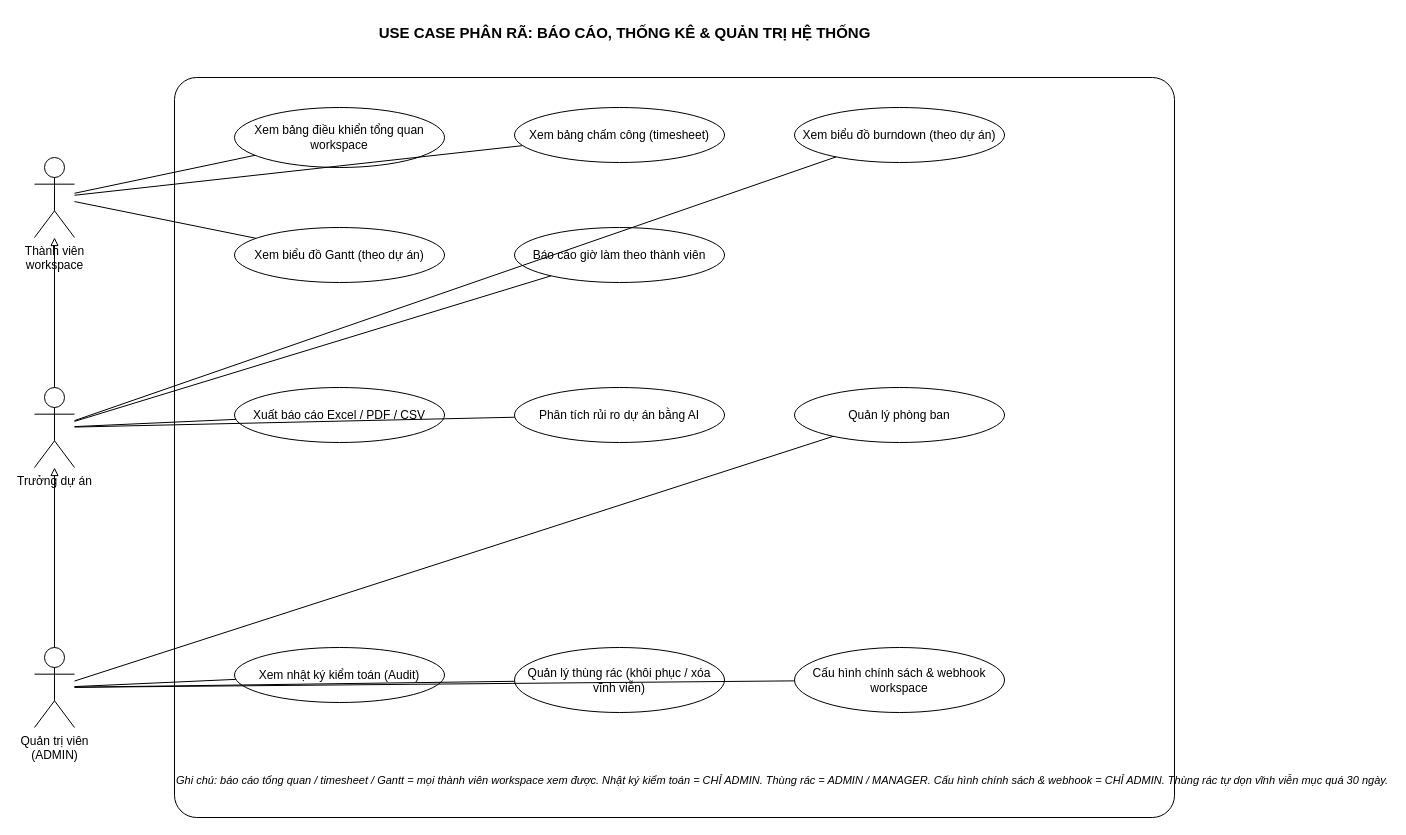
HuuwxLoiwf/TTTN keeps this draw.io diagram as page "PR6 - Bao cao & Quan tri" (6 of 8) of docs/diagrams/5_usecase_detail.drawio. Above is the earlier version. Source tidied: cells renumbered, new cells numbered last; positions are measured from the earlier drawing's top-left corner, leaving out a move shared by most shapes. Both pictures are drawn from the tidied source at 100%, with x=0, y=0 at pixel (34, 17).
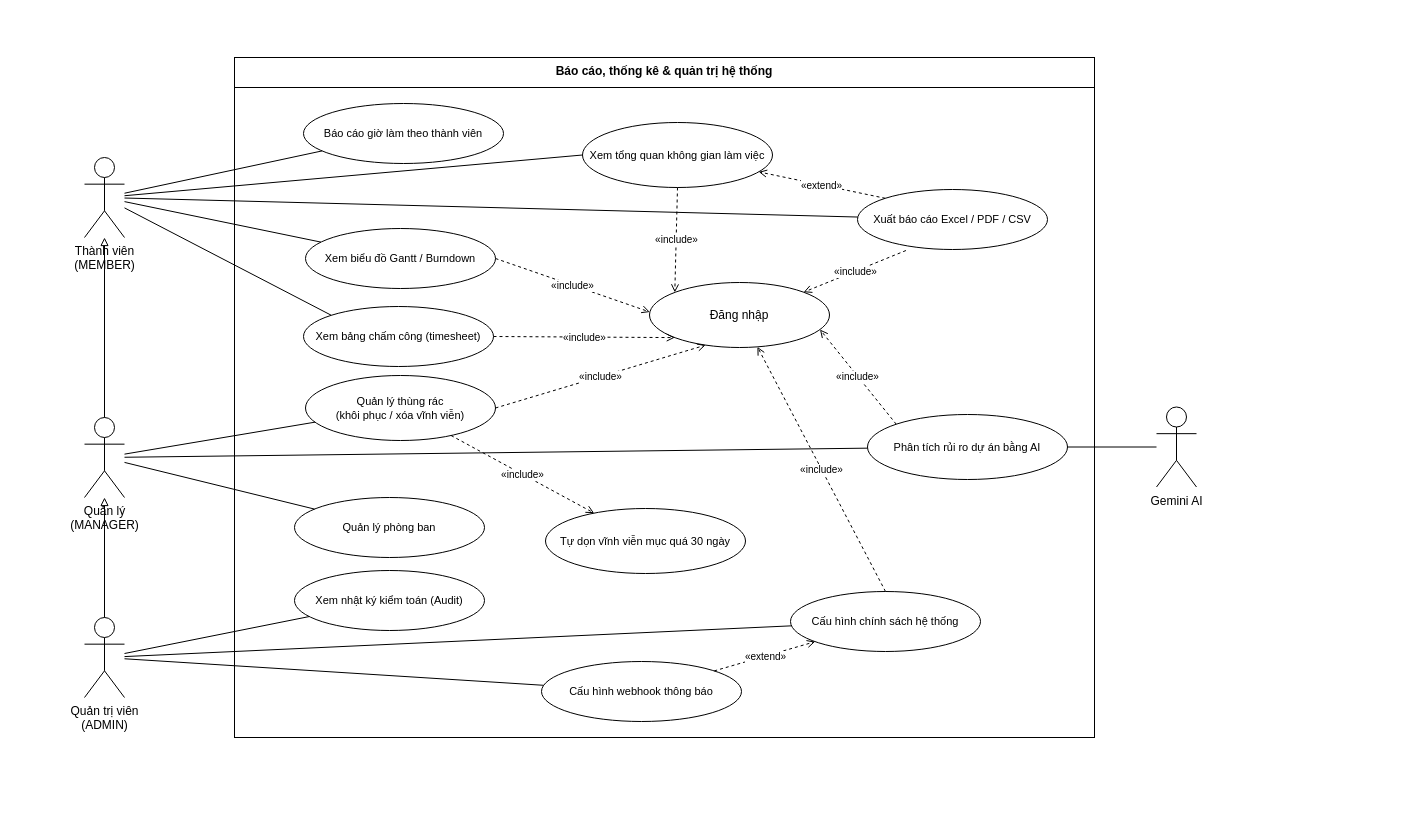
The same diagram, later.

The edit, as a diff of the source:
```diff
@@
-    <mxCell id="2" value="USE CASE PHÂN RÃ: BÁO CÁO, THỐNG KÊ &amp; QUẢN TRỊ HỆ THỐNG" style="text;html=1;fontSize=15;fontStyle=1;align=center;" parent="1" vertex="1">
-      <mxGeometry x="290" width="600" height="30" as="geometry" />
-    </mxCell>
+    <mxCell id="6" value="Báo cáo, thống kê &amp; quản trị hệ thống" style="rounded=0;whiteSpace=wrap;html=1;verticalAlign=top;fontStyle=1;fontSize=12;fillColor=none;strokeColor=#000000;" parent="1" vertex="1">
+      <mxGeometry x="200" y="40" width="860" height="680" as="geometry" />
+    </mxCell>
+    <mxCell id="32" style="endArrow=none;html=1;strokeColor=#000000;" parent="1" edge="1">
+      <mxGeometry relative="1" as="geometry">
+        <mxPoint x="200" y="70" as="sourcePoint" />
+        <mxPoint x="1060" y="70" as="targetPoint" />
+      </mxGeometry>
+    </mxCell>
-    <mxCell id="3" value="Thành viên&#10;workspace" style="shape=umlActor;verticalLabelPosition=bottom;verticalAlign=top;html=1;" parent="1" vertex="1">
-      <mxGeometry y="140" width="40" height="80" as="geometry" />
+    <mxCell id="3" value="Thành viên&#10;(MEMBER)" style="shape=umlActor;verticalLabelPosition=bottom;verticalAlign=top;html=1;fillColor=#ffffff;strokeColor=#000000;" parent="1" vertex="1">
+      <mxGeometry x="50" y="140" width="40" height="80" as="geometry" />
     </mxCell>
-    <mxCell id="4" value="Trưởng dự án" style="shape=umlActor;verticalLabelPosition=bottom;verticalAlign=top;html=1;" parent="1" vertex="1">
-      <mxGeometry y="370" width="40" height="80" as="geometry" />
-    </mxCell>
+    <mxCell id="33" value="Quản lý&#10;(MANAGER)" style="shape=umlActor;verticalLabelPosition=bottom;verticalAlign=top;html=1;fillColor=#ffffff;strokeColor=#000000;" parent="1" vertex="1">
+      <mxGeometry x="50" y="400" width="40" height="80" as="geometry" />
+    </mxCell>
-    <mxCell id="5" value="Quản trị viên&#10;(ADMIN)" style="shape=umlActor;verticalLabelPosition=bottom;verticalAlign=top;html=1;" parent="1" vertex="1">
-      <mxGeometry y="630" width="40" height="80" as="geometry" />
+    <mxCell id="5" value="Quản trị viên&#10;(ADMIN)" style="shape=umlActor;verticalLabelPosition=bottom;verticalAlign=top;html=1;fillColor=#ffffff;strokeColor=#000000;" parent="1" vertex="1">
+      <mxGeometry x="50" y="600" width="40" height="80" as="geometry" />
     </mxCell>
-    <mxCell id="6" style="rounded=1;whiteSpace=wrap;html=1;arcSize=3;fillColor=none;strokeColor=#000000;" parent="1" vertex="1">
-      <mxGeometry x="140" y="60" width="1000" height="740" as="geometry" />
-    </mxCell>
+    <mxCell id="34" value="Gemini AI" style="shape=umlActor;verticalLabelPosition=bottom;verticalAlign=top;html=1;fillColor=#ffffff;strokeColor=#000000;" parent="1" vertex="1">
+      <mxGeometry x="1122" y="389.5" width="40" height="80" as="geometry" />
+    </mxCell>
+    <mxCell id="35" style="endArrow=block;endFill=0;html=1;startArrow=none;exitX=0.5;exitY=0;exitDx=0;exitDy=0;entryX=0.5;entryY=1;entryDx=0;entryDy=0;" parent="1" edge="1" source="33" target="3">
+      <mxGeometry relative="1" as="geometry" />
+    </mxCell>
+    <mxCell id="36" style="endArrow=block;endFill=0;html=1;startArrow=none;exitX=0.5;exitY=0;exitDx=0;exitDy=0;entryX=0.5;entryY=1;entryDx=0;entryDy=0;" parent="1" edge="1" source="5" target="33">
+      <mxGeometry relative="1" as="geometry" />
+    </mxCell>
+    <mxCell id="37" value="Đăng nhập" style="ellipse;whiteSpace=wrap;html=1;fillColor=#ffffff;strokeColor=#000000;fontSize=12;" parent="1" vertex="1">
+      <mxGeometry x="615" y="265" width="180" height="65" as="geometry" />
+    </mxCell>
-    <mxCell id="7" value="Xem bảng điều khiển tổng quan workspace" style="ellipse;whiteSpace=wrap;html=1;fillColor=#ffffff;strokeColor=#000000;" parent="1" vertex="1">
-      <mxGeometry x="200" y="90" width="210" height="60" as="geometry" />
+    <mxCell id="7" value="Xem tổng quan không gian làm việc" style="ellipse;whiteSpace=wrap;html=1;fillColor=#ffffff;strokeColor=#000000;fontSize=11;" parent="1" vertex="1">
+      <mxGeometry x="548" y="105" width="190" height="65" as="geometry" />
     </mxCell>
-    <mxCell id="8" value="Xem bảng chấm công (timesheet)" style="ellipse;whiteSpace=wrap;html=1;fillColor=#ffffff;strokeColor=#000000;" parent="1" vertex="1">
-      <mxGeometry x="480" y="90" width="210" height="55" as="geometry" />
+    <mxCell id="8" value="Xem biểu đồ Gantt / Burndown" style="ellipse;whiteSpace=wrap;html=1;fillColor=#ffffff;strokeColor=#000000;fontSize=11;" parent="1" vertex="1">
+      <mxGeometry x="271" y="211" width="190" height="60" as="geometry" />
     </mxCell>
-    <mxCell id="9" value="Xem biểu đồ burndown (theo dự án)" style="ellipse;whiteSpace=wrap;html=1;fillColor=#ffffff;strokeColor=#000000;" parent="1" vertex="1">
-      <mxGeometry x="760" y="90" width="210" height="55" as="geometry" />
+    <mxCell id="9" value="Xem bảng chấm công (timesheet)" style="ellipse;whiteSpace=wrap;html=1;fillColor=#ffffff;strokeColor=#000000;fontSize=11;" parent="1" vertex="1">
+      <mxGeometry x="269" y="289" width="190" height="60" as="geometry" />
     </mxCell>
-    <mxCell id="10" value="Xem biểu đồ Gantt (theo dự án)" style="ellipse;whiteSpace=wrap;html=1;fillColor=#ffffff;strokeColor=#000000;" parent="1" vertex="1">
-      <mxGeometry x="200" y="210" width="210" height="55" as="geometry" />
+    <mxCell id="10" value="Xuất báo cáo Excel / PDF / CSV" style="ellipse;whiteSpace=wrap;html=1;fillColor=#ffffff;strokeColor=#000000;fontSize=11;" parent="1" vertex="1">
+      <mxGeometry x="823" y="172" width="190" height="60" as="geometry" />
     </mxCell>
-    <mxCell id="11" value="Báo cáo giờ làm theo thành viên" style="ellipse;whiteSpace=wrap;html=1;fillColor=#ffffff;strokeColor=#000000;" parent="1" vertex="1">
-      <mxGeometry x="480" y="210" width="210" height="55" as="geometry" />
+    <mxCell id="11" value="Báo cáo giờ làm theo thành viên" style="ellipse;whiteSpace=wrap;html=1;fillColor=#ffffff;strokeColor=#000000;fontSize=11;" parent="1" vertex="1">
+      <mxGeometry x="269" y="86" width="200" height="60" as="geometry" />
     </mxCell>
-    <mxCell id="12" value="Xuất báo cáo Excel / PDF / CSV" style="ellipse;whiteSpace=wrap;html=1;fillColor=#ffffff;strokeColor=#000000;" parent="1" vertex="1">
-      <mxGeometry x="200" y="370" width="210" height="55" as="geometry" />
+    <mxCell id="12" value="Quản lý thùng rác&#10;(khôi phục / xóa vĩnh viễn)" style="ellipse;whiteSpace=wrap;html=1;fillColor=#ffffff;strokeColor=#000000;fontSize=11;" parent="1" vertex="1">
+      <mxGeometry x="271" y="358" width="190" height="65" as="geometry" />
     </mxCell>
-    <mxCell id="13" value="Phân tích rủi ro dự án bằng AI" style="ellipse;whiteSpace=wrap;html=1;fillColor=#ffffff;strokeColor=#000000;" parent="1" vertex="1">
-      <mxGeometry x="480" y="370" width="210" height="55" as="geometry" />
+    <mxCell id="13" value="Quản lý phòng ban" style="ellipse;whiteSpace=wrap;html=1;fillColor=#ffffff;strokeColor=#000000;fontSize=11;" parent="1" vertex="1">
+      <mxGeometry x="260" y="480" width="190" height="60" as="geometry" />
     </mxCell>
-    <mxCell id="14" value="Xem nhật ký kiểm toán (Audit)" style="ellipse;whiteSpace=wrap;html=1;fillColor=#ffffff;strokeColor=#000000;" parent="1" vertex="1">
-      <mxGeometry x="200" y="630" width="210" height="55" as="geometry" />
+    <mxCell id="14" value="Phân tích rủi ro dự án bằng AI" style="ellipse;whiteSpace=wrap;html=1;fillColor=#ffffff;strokeColor=#000000;fontSize=11;" parent="1" vertex="1">
+      <mxGeometry x="833" y="397" width="200" height="65" as="geometry" />
     </mxCell>
-    <mxCell id="15" value="Quản lý thùng rác (khôi phục / xóa vĩnh viễn)" style="ellipse;whiteSpace=wrap;html=1;fillColor=#ffffff;strokeColor=#000000;" parent="1" vertex="1">
-      <mxGeometry x="480" y="630" width="210" height="65" as="geometry" />
+    <mxCell id="15" value="Tự dọn vĩnh viễn mục quá 30 ngày" style="ellipse;whiteSpace=wrap;html=1;fillColor=#ffffff;strokeColor=#000000;fontSize=11;" parent="1" vertex="1">
+      <mxGeometry x="511" y="491" width="200" height="65" as="geometry" />
     </mxCell>
-    <mxCell id="16" value="Cấu hình chính sách &amp; webhook workspace" style="ellipse;whiteSpace=wrap;html=1;fillColor=#ffffff;strokeColor=#000000;" parent="1" vertex="1">
-      <mxGeometry x="760" y="630" width="210" height="65" as="geometry" />
+    <mxCell id="16" value="Xem nhật ký kiểm toán (Audit)" style="ellipse;whiteSpace=wrap;html=1;fillColor=#ffffff;strokeColor=#000000;fontSize=11;" parent="1" vertex="1">
+      <mxGeometry x="260" y="553" width="190" height="60" as="geometry" />
     </mxCell>
-    <mxCell id="17" value="Quản lý phòng ban" style="ellipse;whiteSpace=wrap;html=1;fillColor=#ffffff;strokeColor=#000000;" parent="1" vertex="1">
-      <mxGeometry x="760" y="370" width="210" height="55" as="geometry" />
+    <mxCell id="17" value="Cấu hình chính sách hệ thống" style="ellipse;whiteSpace=wrap;html=1;fillColor=#ffffff;strokeColor=#000000;fontSize=11;" parent="1" vertex="1">
+      <mxGeometry x="756" y="574" width="190" height="60" as="geometry" />
     </mxCell>
+    <mxCell id="38" value="Cấu hình webhook thông báo" style="ellipse;whiteSpace=wrap;html=1;fillColor=#ffffff;strokeColor=#000000;fontSize=11;" parent="1" vertex="1">
+      <mxGeometry x="507" y="644" width="200" height="60" as="geometry" />
+    </mxCell>
+    <mxCell id="39" style="endArrow=none;html=1;entryX=0;entryY=0.5;entryDx=0;entryDy=0;" parent="1" edge="1" source="3" target="7">
+      <mxGeometry relative="1" as="geometry" />
+    </mxCell>
+    <mxCell id="40" style="endArrow=none;html=1;" parent="1" edge="1" source="3" target="8">
+      <mxGeometry relative="1" as="geometry" />
+    </mxCell>
+    <mxCell id="41" style="endArrow=none;html=1;entryX=0;entryY=0;entryDx=0;entryDy=0;" parent="1" edge="1" source="3" target="9">
+      <mxGeometry relative="1" as="geometry" />
+    </mxCell>
+    <mxCell id="20" style="endArrow=none;html=1;" parent="1" edge="1" source="3" target="10">
+      <mxGeometry relative="1" as="geometry" />
+    </mxCell>
+    <mxCell id="42" style="endArrow=none;html=1;" parent="1" edge="1" source="3" target="11">
+      <mxGeometry relative="1" as="geometry" />
+    </mxCell>
+    <mxCell id="43" style="endArrow=none;html=1;" parent="1" edge="1" source="33" target="12">
+      <mxGeometry relative="1" as="geometry" />
+    </mxCell>
+    <mxCell id="44" style="endArrow=none;html=1;" parent="1" edge="1" source="33" target="13">
+      <mxGeometry relative="1" as="geometry" />
+    </mxCell>
+    <mxCell id="45" style="endArrow=none;html=1;" parent="1" edge="1" source="33" target="14">
+      <mxGeometry relative="1" as="geometry" />
+    </mxCell>
+    <mxCell id="27" style="endArrow=none;html=1;" parent="1" edge="1" source="5" target="16">
+      <mxGeometry relative="1" as="geometry" />
+    </mxCell>
+    <mxCell id="28" style="endArrow=none;html=1;" parent="1" edge="1" source="5" target="17">
+      <mxGeometry relative="1" as="geometry" />
+    </mxCell>
+    <mxCell id="46" style="endArrow=none;html=1;" parent="1" edge="1" source="5" target="38">
+      <mxGeometry relative="1" as="geometry" />
+    </mxCell>
+    <mxCell id="47" style="endArrow=none;html=1;" parent="1" edge="1" source="34" target="14">
+      <mxGeometry relative="1" as="geometry" />
+    </mxCell>
+    <mxCell id="48" value="«include»" style="endArrow=open;dashed=1;html=1;fontSize=10;exitX=0.5;exitY=1;exitDx=0;exitDy=0;entryX=0.15;entryY=0.15;entryDx=0;entryDy=0;" parent="1" edge="1" source="7" target="37">
+      <mxGeometry relative="1" as="geometry" />
+    </mxCell>
+    <mxCell id="49" value="«include»" style="endArrow=open;dashed=1;html=1;fontSize=10;exitX=1;exitY=0.5;exitDx=0;exitDy=0;entryX=0;entryY=0.45;entryDx=0;entryDy=0;" parent="1" edge="1" source="8" target="37">
+      <mxGeometry relative="1" as="geometry" />
+    </mxCell>
+    <mxCell id="50" value="«include»" style="endArrow=open;dashed=1;html=1;fontSize=10;exitX=1;exitY=0.5;exitDx=0;exitDy=0;entryX=0.15;entryY=0.85;entryDx=0;entryDy=0;" parent="1" edge="1" source="9" target="37">
+      <mxGeometry relative="1" as="geometry" />
+    </mxCell>
+    <mxCell id="51" value="«include»" style="endArrow=open;dashed=1;html=1;fontSize=10;exitX=0.255;exitY=1.017;exitDx=0;exitDy=0;exitPerimeter=0;entryX=1;entryY=0;entryDx=0;entryDy=0;" parent="1" edge="1" source="10" target="37">
+      <mxGeometry relative="1" as="geometry" />
+    </mxCell>
+    <mxCell id="52" value="«include»" style="endArrow=open;dashed=1;html=1;fontSize=10;exitX=1;exitY=0.5;exitDx=0;exitDy=0;entryX=0.3;entryY=1;entryDx=0;entryDy=0;" parent="1" edge="1" source="12" target="37">
+      <mxGeometry relative="1" as="geometry" />
+    </mxCell>
+    <mxCell id="53" value="«include»" style="endArrow=open;dashed=1;html=1;fontSize=10;exitX=0;exitY=0;exitDx=0;exitDy=0;entryX=0.9;entryY=0.7;entryDx=0;entryDy=0;" parent="1" edge="1" source="14" target="37">
+      <mxGeometry relative="1" as="geometry" />
+    </mxCell>
+    <mxCell id="54" value="«include»" style="endArrow=open;dashed=1;html=1;fontSize=10;exitX=0.5;exitY=0;exitDx=0;exitDy=0;entryX=0.6;entryY=1;entryDx=0;entryDy=0;" parent="1" edge="1" source="17" target="37">
+      <mxGeometry relative="1" as="geometry" />
+    </mxCell>
+    <mxCell id="55" value="«include»" style="endArrow=open;dashed=1;html=1;fontSize=10;" parent="1" edge="1" source="12" target="15">
+      <mxGeometry relative="1" as="geometry" />
+    </mxCell>
-    <mxCell id="18" style="endArrow=none;html=1;" parent="1" edge="1" source="3" target="7">
+    <mxCell id="18" value="«extend»" style="endArrow=open;dashed=1;html=1;fontSize=10;exitX=0;exitY=0;exitDx=0;exitDy=0;" parent="1" edge="1" source="10" target="7">
       <mxGeometry relative="1" as="geometry" />
     </mxCell>
-    <mxCell id="19" style="endArrow=none;html=1;" parent="1" edge="1" source="3" target="8">
+    <mxCell id="19" value="«extend»" style="endArrow=open;dashed=1;html=1;fontSize=10;" parent="1" edge="1" source="38" target="17">
       <mxGeometry relative="1" as="geometry" />
     </mxCell>
-    <mxCell id="20" style="endArrow=none;html=1;" parent="1" edge="1" source="3" target="10">
-      <mxGeometry relative="1" as="geometry" />
-    </mxCell>
-    <mxCell id="21" style="endArrow=none;html=1;" parent="1" edge="1" source="4" target="9">
-      <mxGeometry relative="1" as="geometry" />
-    </mxCell>
-    <mxCell id="22" style="endArrow=none;html=1;" parent="1" edge="1" source="4" target="11">
-      <mxGeometry relative="1" as="geometry" />
-    </mxCell>
-    <mxCell id="23" style="endArrow=none;html=1;" parent="1" edge="1" source="4" target="12">
-      <mxGeometry relative="1" as="geometry" />
-    </mxCell>
-    <mxCell id="24" style="endArrow=none;html=1;" parent="1" edge="1" source="4" target="13">
-      <mxGeometry relative="1" as="geometry" />
-    </mxCell>
-    <mxCell id="25" style="endArrow=none;html=1;" parent="1" edge="1" source="5" target="14">
-      <mxGeometry relative="1" as="geometry" />
-    </mxCell>
-    <mxCell id="26" style="endArrow=none;html=1;" parent="1" edge="1" source="5" target="15">
-      <mxGeometry relative="1" as="geometry" />
-    </mxCell>
-    <mxCell id="27" style="endArrow=none;html=1;" parent="1" edge="1" source="5" target="16">
-      <mxGeometry relative="1" as="geometry" />
-    </mxCell>
-    <mxCell id="28" style="endArrow=none;html=1;" parent="1" edge="1" source="5" target="17">
-      <mxGeometry relative="1" as="geometry" />
-    </mxCell>
-    <mxCell id="29" value="Ghi chú: báo cáo tổng quan / timesheet / Gantt = mọi thành viên workspace xem được. Nhật ký kiểm toán = CHỈ ADMIN. Thùng rác = ADMIN / MANAGER. Cấu hình chính sách &amp; webhook = CHỈ ADMIN. Thùng rác tự dọn vĩnh viễn mục quá 30 ngày." style="text;html=1;align=left;verticalAlign=top;fontColor=#000000;fontSize=11;fontStyle=2;" parent="1" vertex="1">
-      <mxGeometry x="140" y="750" width="1000" height="45" as="geometry" />
-    </mxCell>
-    <mxCell id="30" style="endArrow=block;endFill=0;html=1;startArrow=none;" parent="1" edge="1" source="4" target="3">
-      <mxGeometry relative="1" as="geometry" />
-    </mxCell>
-    <mxCell id="31" style="endArrow=block;endFill=0;html=1;startArrow=none;" parent="1" edge="1" source="5" target="4">
-      <mxGeometry relative="1" as="geometry" />
-    </mxCell>
```
